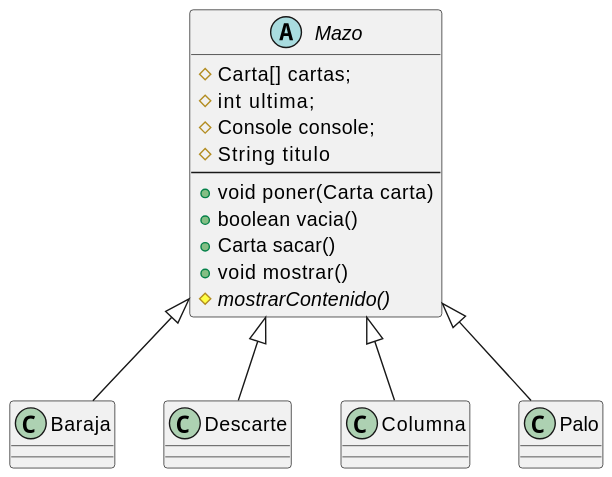
This is images/jerarquia.svg from mmasias/24-25-pyKlondike, a PlantUML export, as it was before one commit.
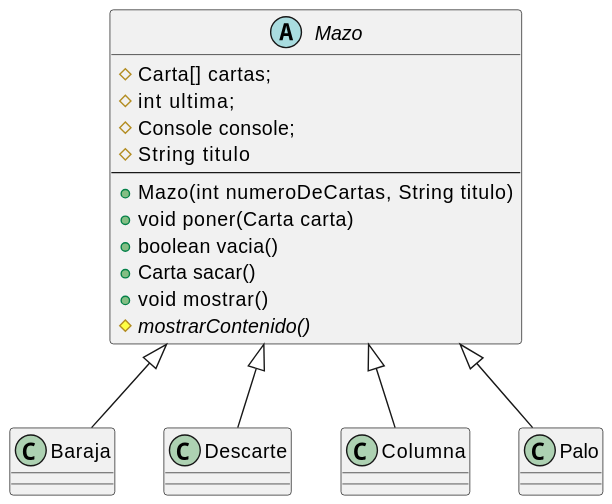
The same file after the commit.

Commit message:
fix: corrección del constructor en diagrama de la clase Mazo

Diff of the diagram source:
```diff
@@ -10,6 +10,7 @@
     # Console console;
     # String titulo
     ---
+    + Mazo(int numeroDeCartas, String titulo)
     + void poner(Carta carta)
     + boolean vacia()
     + Carta sacar()
```
